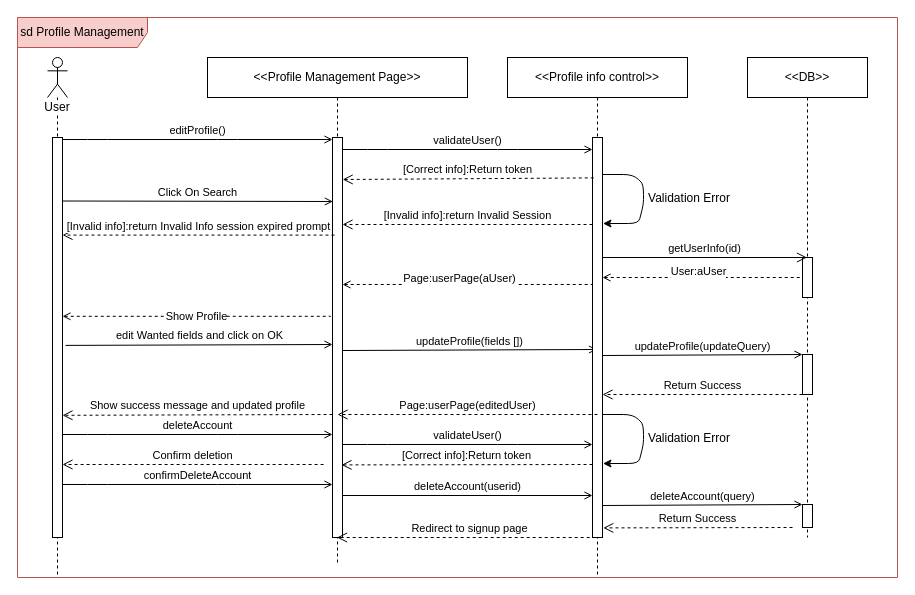
The draw.io diagram page "ProfileManagement-SD" (7 of 18) of SequenceDiagram/Middleware_CarBaMaSequenceDiagram.drawio in MelvinMo/CarBaMa_Automotive-Sale-Application, before the edit. Source tidied: cells renumbered, new cells numbered last; positions are measured from the earlier drawing's top-left corner, leaving out a move shared by most shapes. Both pictures are drawn from the tidied source at 100%, with x=0, y=0 at pixel (17, 17).
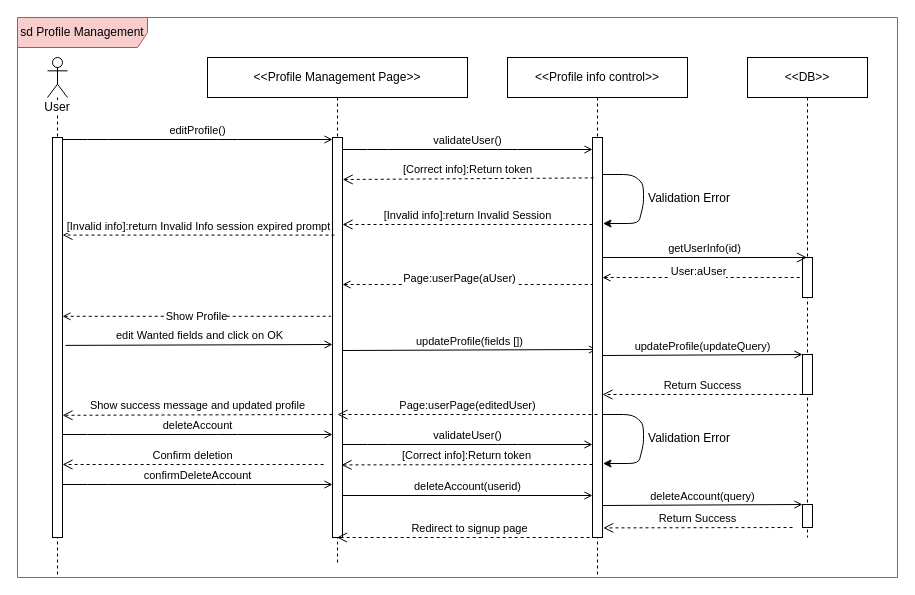
The same page after the edit.

Unchanged cells that the change refers to:
```xml
<mxCell id="5" value="&amp;lt;&amp;lt;Profile Management Page&amp;gt;&amp;gt;" style="shape=umlLifeline;perimeter=lifelinePerimeter;whiteSpace=wrap;html=1;outlineConnect=0;" parent="1" vertex="1">
  <mxGeometry x="190" y="40" width="260" height="507" as="geometry" />
</mxCell>
<mxCell id="6" style="html=1;points=[];perimeter=orthogonalPerimeter;" parent="5" vertex="1">
  <mxGeometry x="125" y="80" width="10" height="400" as="geometry" />
</mxCell>
```

Diff of the diagram source:
```diff
@@
-    <mxCell id="7" value="Click On Search" style="html=1;verticalAlign=bottom;endArrow=open;endFill=0;entryX=0.04;entryY=0.16;entryDx=0;entryDy=0;entryPerimeter=0;" parent="5" edge="1" target="6">
-      <mxGeometry relative="1" as="geometry">
-        <mxPoint x="-145" y="143.5" as="sourcePoint" />
-      </mxGeometry>
-    </mxCell>
```
